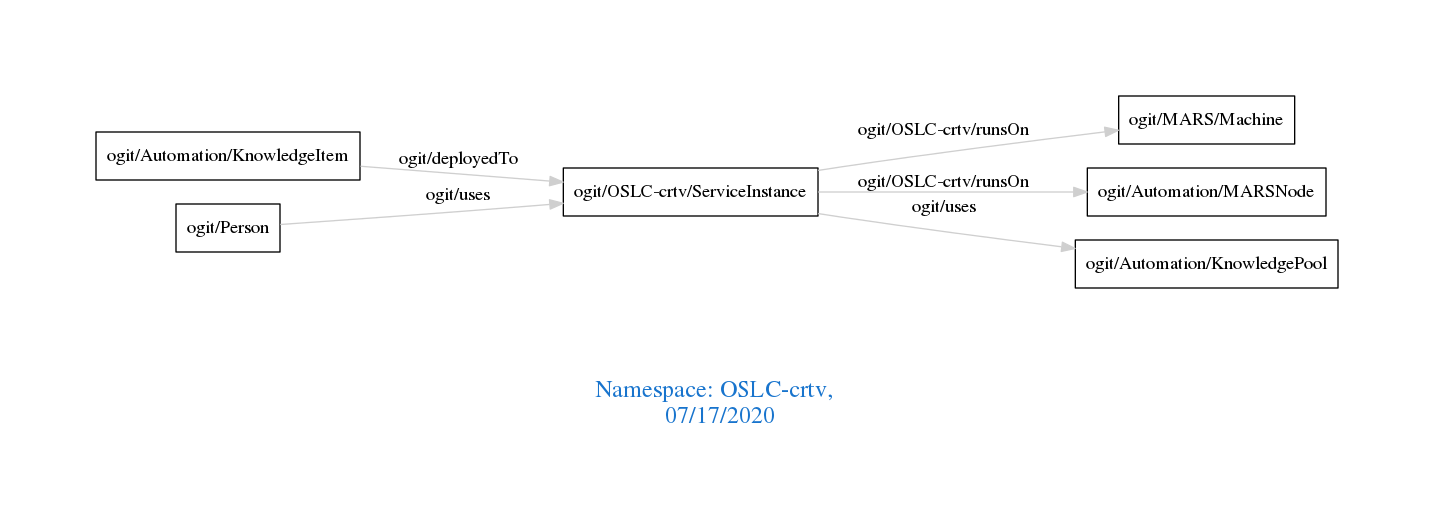
Earlier version of the Graphviz export downloads/OSLC-crtv.png (arago/OGIT). Its source is kept beside it as downloads/OSLC-crtv.dot.
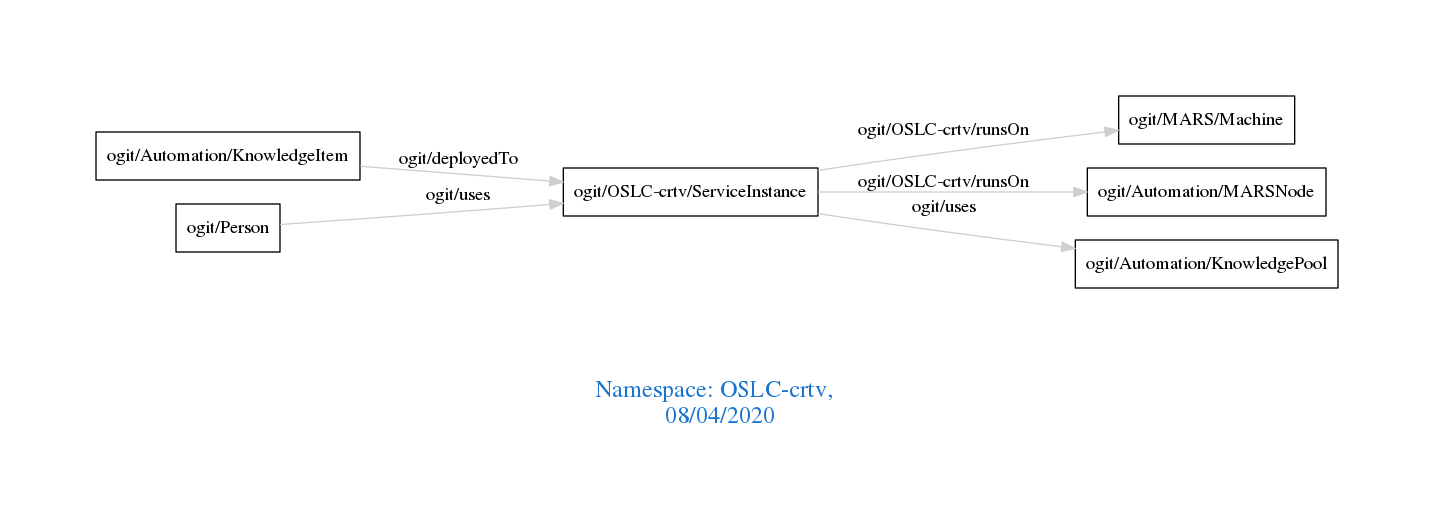
Later version of the same file.

Diff of the diagram source:
```diff
@@ -1,7 +1,7 @@
 digraph OGIT_ontology {
  graph [ rankdir= LR,pad=1
 fontsize = 18,
-fontcolor= dodgerblue3,label = "\n\n\nNamespace: OSLC-crtv, \n 07/17/2020"];
+fontcolor= dodgerblue3,label = "\n\n\nNamespace: OSLC-crtv, \n 08/04/2020"];
 node[shape=polygon];
 edge [  color="gray81"];
 
```
